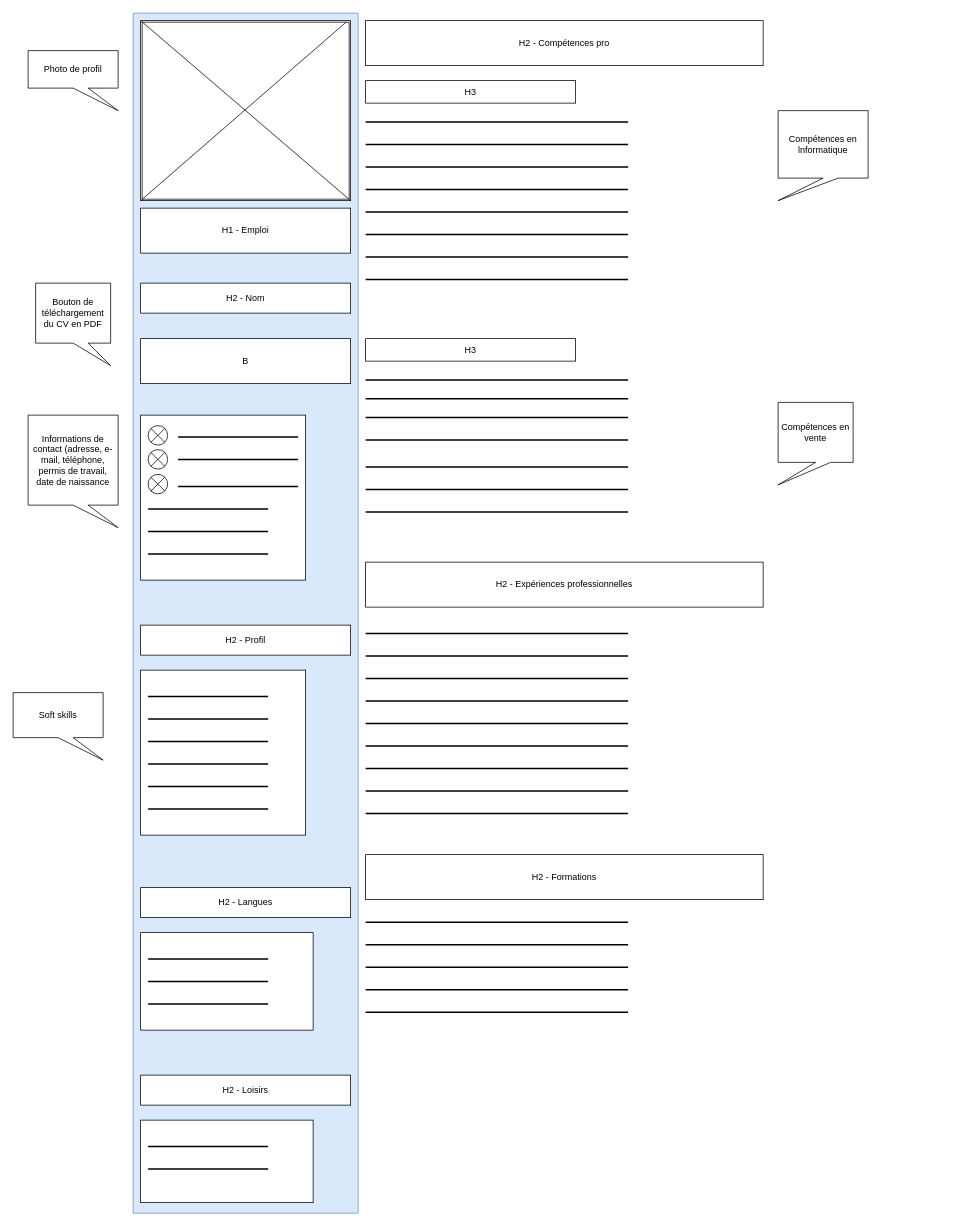
Earlier version of the draw.io diagram wireframe/cv.drawio (feliciencorbat/wireframe_cv_bootstrap). Source tidied: cells renumbered, new cells numbered last; positions are measured from the earlier drawing's top-left corner, leaving out a move shared by most shapes. Both pictures are drawn from the tidied source at 75%, with x=0, y=0 at pixel (13, 13).
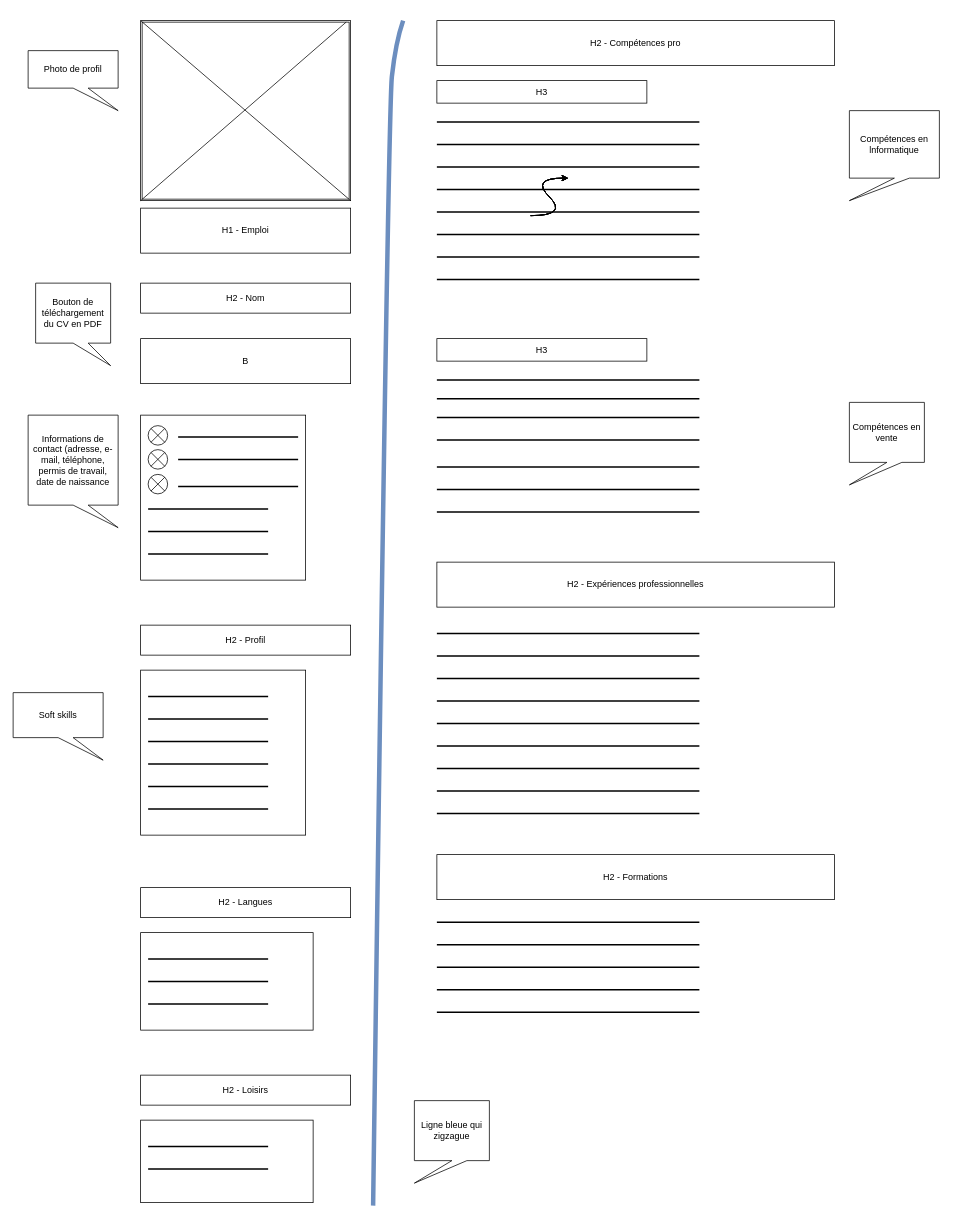
After the change.

Change to the diagram source:
```diff
@@
-    <mxCell id="2" style="rounded=0;whiteSpace=wrap;html=1;fillColor=#dae8fc;strokeColor=#6c8ebf;" parent="1" vertex="1">
+    <mxCell id="2" style="rounded=0;whiteSpace=wrap;html=1;fillColor=none;strokeColor=none;" parent="1" vertex="1">
       <mxGeometry x="160" width="300" height="1600" as="geometry" />
     </mxCell>
@@
     <mxCell id="9" value="H2 - Compétences pro" style="rounded=0;whiteSpace=wrap;html=1;" parent="1" vertex="1">
-      <mxGeometry x="470" y="10" width="530" height="60" as="geometry" />
+      <mxGeometry x="565" y="10" width="530" height="60" as="geometry" />
     </mxCell>
@@
     <mxCell id="14" value="H2 - Expériences professionnelles" style="rounded=0;whiteSpace=wrap;html=1;" parent="1" vertex="1">
-      <mxGeometry x="470" y="732" width="530" height="60" as="geometry" />
+      <mxGeometry x="565" y="732" width="530" height="60" as="geometry" />
     </mxCell>
     <mxCell id="15" value="H2 - Formations" style="rounded=0;whiteSpace=wrap;html=1;" parent="1" vertex="1">
-      <mxGeometry x="470" y="1122" width="530" height="60" as="geometry" />
+      <mxGeometry x="565" y="1122" width="530" height="60" as="geometry" />
     </mxCell>
@@
     <mxCell id="39" value="H3" style="rounded=0;whiteSpace=wrap;html=1;" parent="1" vertex="1">
-      <mxGeometry x="470" y="90" width="280" height="30" as="geometry" />
+      <mxGeometry x="565" y="90" width="280" height="30" as="geometry" />
     </mxCell>
     <mxCell id="40" value="H3" style="rounded=0;whiteSpace=wrap;html=1;" parent="1" vertex="1">
-      <mxGeometry x="470" y="434" width="280" height="30" as="geometry" />
+      <mxGeometry x="565" y="434" width="280" height="30" as="geometry" />
     </mxCell>
     <mxCell id="41" style="line;strokeWidth=2;html=1;" parent="1" vertex="1">
-      <mxGeometry x="470" y="170" width="350" height="10" as="geometry" />
+      <mxGeometry x="565" y="170" width="350" height="10" as="geometry" />
     </mxCell>
     <mxCell id="42" style="line;strokeWidth=2;html=1;" parent="1" vertex="1">
-      <mxGeometry x="470" y="140" width="350" height="10" as="geometry" />
+      <mxGeometry x="565" y="140" width="350" height="10" as="geometry" />
     </mxCell>
     <mxCell id="43" style="line;strokeWidth=2;html=1;" parent="1" vertex="1">
-      <mxGeometry x="470" y="200" width="350" height="10" as="geometry" />
+      <mxGeometry x="565" y="200" width="350" height="10" as="geometry" />
     </mxCell>
     <mxCell id="44" style="line;strokeWidth=2;html=1;" parent="1" vertex="1">
-      <mxGeometry x="470" y="230" width="350" height="10" as="geometry" />
+      <mxGeometry x="565" y="230" width="350" height="10" as="geometry" />
     </mxCell>
     <mxCell id="45" style="line;strokeWidth=2;html=1;" parent="1" vertex="1">
-      <mxGeometry x="470" y="260" width="350" height="10" as="geometry" />
+      <mxGeometry x="565" y="260" width="350" height="10" as="geometry" />
     </mxCell>
     <mxCell id="46" value="Compétences en lnformatique" style="shape=callout;whiteSpace=wrap;html=1;perimeter=calloutPerimeter;position2=0;" parent="1" vertex="1">
-      <mxGeometry x="1020" y="130" width="120" height="120" as="geometry" />
+      <mxGeometry x="1115" y="130" width="120" height="120" as="geometry" />
     </mxCell>
     <mxCell id="47" value="Compétences en vente" style="shape=callout;whiteSpace=wrap;html=1;perimeter=calloutPerimeter;position2=0;" parent="1" vertex="1">
-      <mxGeometry x="1020" y="519" width="100" height="110" as="geometry" />
+      <mxGeometry x="1115" y="519" width="100" height="110" as="geometry" />
     </mxCell>
     <mxCell id="48" style="line;strokeWidth=2;html=1;" parent="1" vertex="1">
-      <mxGeometry x="470" y="484" width="350" height="10" as="geometry" />
+      <mxGeometry x="565" y="484" width="350" height="10" as="geometry" />
     </mxCell>
     <mxCell id="49" style="line;strokeWidth=2;html=1;" parent="1" vertex="1">
-      <mxGeometry x="470" y="509" width="350" height="10" as="geometry" />
+      <mxGeometry x="565" y="509" width="350" height="10" as="geometry" />
     </mxCell>
     <mxCell id="50" style="line;strokeWidth=2;html=1;" parent="1" vertex="1">
-      <mxGeometry x="470" y="822" width="350" height="10" as="geometry" />
+      <mxGeometry x="565" y="822" width="350" height="10" as="geometry" />
     </mxCell>
     <mxCell id="51" style="line;strokeWidth=2;html=1;" parent="1" vertex="1">
-      <mxGeometry x="470" y="852" width="350" height="10" as="geometry" />
+      <mxGeometry x="565" y="852" width="350" height="10" as="geometry" />
     </mxCell>
     <mxCell id="52" style="line;strokeWidth=2;html=1;" parent="1" vertex="1">
-      <mxGeometry x="470" y="882" width="350" height="10" as="geometry" />
+      <mxGeometry x="565" y="882" width="350" height="10" as="geometry" />
     </mxCell>
     <mxCell id="53" style="line;strokeWidth=2;html=1;" parent="1" vertex="1">
-      <mxGeometry x="470" y="912" width="350" height="10" as="geometry" />
+      <mxGeometry x="565" y="912" width="350" height="10" as="geometry" />
     </mxCell>
     <mxCell id="54" style="line;strokeWidth=2;html=1;" parent="1" vertex="1">
-      <mxGeometry x="470" y="942" width="350" height="10" as="geometry" />
+      <mxGeometry x="565" y="942" width="350" height="10" as="geometry" />
     </mxCell>
     <mxCell id="55" style="line;strokeWidth=2;html=1;" parent="1" vertex="1">
-      <mxGeometry x="470" y="972" width="350" height="10" as="geometry" />
+      <mxGeometry x="565" y="972" width="350" height="10" as="geometry" />
     </mxCell>
     <mxCell id="56" style="line;strokeWidth=2;html=1;" parent="1" vertex="1">
-      <mxGeometry x="470" y="1002" width="350" height="10" as="geometry" />
+      <mxGeometry x="565" y="1002" width="350" height="10" as="geometry" />
     </mxCell>
     <mxCell id="57" style="line;strokeWidth=2;html=1;" parent="1" vertex="1">
-      <mxGeometry x="470" y="1032" width="350" height="10" as="geometry" />
+      <mxGeometry x="565" y="1032" width="350" height="10" as="geometry" />
     </mxCell>
     <mxCell id="58" style="line;strokeWidth=2;html=1;" parent="1" vertex="1">
-      <mxGeometry x="470" y="1062" width="350" height="10" as="geometry" />
+      <mxGeometry x="565" y="1062" width="350" height="10" as="geometry" />
     </mxCell>
     <mxCell id="59" style="line;strokeWidth=2;html=1;" parent="1" vertex="1">
-      <mxGeometry x="470" y="534" width="350" height="10" as="geometry" />
+      <mxGeometry x="565" y="534" width="350" height="10" as="geometry" />
     </mxCell>
     <mxCell id="60" style="line;strokeWidth=2;html=1;" parent="1" vertex="1">
-      <mxGeometry x="470" y="564" width="350" height="10" as="geometry" />
+      <mxGeometry x="565" y="564" width="350" height="10" as="geometry" />
     </mxCell>
     <mxCell id="61" style="line;strokeWidth=2;html=1;" parent="1" vertex="1">
-      <mxGeometry x="470" y="1207" width="350" height="10" as="geometry" />
+      <mxGeometry x="565" y="1207" width="350" height="10" as="geometry" />
     </mxCell>
     <mxCell id="62" style="line;strokeWidth=2;html=1;" parent="1" vertex="1">
-      <mxGeometry x="470" y="1237" width="350" height="10" as="geometry" />
+      <mxGeometry x="565" y="1237" width="350" height="10" as="geometry" />
     </mxCell>
     <mxCell id="63" style="line;strokeWidth=2;html=1;" parent="1" vertex="1">
-      <mxGeometry x="470" y="1267" width="350" height="10" as="geometry" />
+      <mxGeometry x="565" y="1267" width="350" height="10" as="geometry" />
     </mxCell>
     <mxCell id="64" style="line;strokeWidth=2;html=1;" parent="1" vertex="1">
-      <mxGeometry x="470" y="1297" width="350" height="10" as="geometry" />
+      <mxGeometry x="565" y="1297" width="350" height="10" as="geometry" />
     </mxCell>
     <mxCell id="65" style="line;strokeWidth=2;html=1;" parent="1" vertex="1">
-      <mxGeometry x="470" y="1327" width="350" height="10" as="geometry" />
+      <mxGeometry x="565" y="1327" width="350" height="10" as="geometry" />
     </mxCell>
     <mxCell id="66" style="line;strokeWidth=2;html=1;" parent="1" vertex="1">
-      <mxGeometry x="470" y="600" width="350" height="10" as="geometry" />
+      <mxGeometry x="565" y="600" width="350" height="10" as="geometry" />
     </mxCell>
     <mxCell id="67" style="line;strokeWidth=2;html=1;" parent="1" vertex="1">
-      <mxGeometry x="470" y="630" width="350" height="10" as="geometry" />
+      <mxGeometry x="565" y="630" width="350" height="10" as="geometry" />
     </mxCell>
     <mxCell id="68" style="line;strokeWidth=2;html=1;" parent="1" vertex="1">
-      <mxGeometry x="470" y="660" width="350" height="10" as="geometry" />
+      <mxGeometry x="565" y="660" width="350" height="10" as="geometry" />
     </mxCell>
     <mxCell id="69" style="line;strokeWidth=2;html=1;" parent="1" vertex="1">
-      <mxGeometry x="470" y="290" width="350" height="10" as="geometry" />
+      <mxGeometry x="565" y="290" width="350" height="10" as="geometry" />
     </mxCell>
     <mxCell id="70" style="line;strokeWidth=2;html=1;" parent="1" vertex="1">
-      <mxGeometry x="470" y="320" width="350" height="10" as="geometry" />
+      <mxGeometry x="565" y="320" width="350" height="10" as="geometry" />
     </mxCell>
     <mxCell id="71" style="line;strokeWidth=2;html=1;" parent="1" vertex="1">
-      <mxGeometry x="470" y="350" width="350" height="10" as="geometry" />
+      <mxGeometry x="565" y="350" width="350" height="10" as="geometry" />
     </mxCell>
@@
+    <mxCell id="77" style="curved=1;endArrow=classic;html=1;rounded=0;" parent="1" edge="1">
+      <mxGeometry relative="1" as="geometry">
+        <mxPoint x="690" y="270" as="sourcePoint" />
+        <mxPoint x="740" y="220" as="targetPoint" />
+        <Array as="points">
+          <mxPoint x="740" y="270" />
+          <mxPoint x="690" y="220" />
+        </Array>
+      </mxGeometry>
+    </mxCell>
+    <mxCell id="78" style="curved=1;endArrow=classic;html=1;rounded=0;" parent="1" edge="1">
+      <mxGeometry relative="1" as="geometry">
+        <mxPoint x="690" y="270" as="sourcePoint" />
+        <mxPoint x="740" y="220" as="targetPoint" />
+        <Array as="points">
+          <mxPoint x="740" y="270" />
+          <mxPoint x="690" y="220" />
+        </Array>
+      </mxGeometry>
+    </mxCell>
+    <mxCell id="79" style="curved=1;endArrow=classic;html=1;rounded=0;" parent="1" edge="1">
+      <mxGeometry relative="1" as="geometry">
+        <mxPoint x="690" y="270" as="sourcePoint" />
+        <mxPoint x="740" y="220" as="targetPoint" />
+        <Array as="points">
+          <mxPoint x="740" y="270" />
+          <mxPoint x="690" y="220" />
+        </Array>
+      </mxGeometry>
+    </mxCell>
+    <mxCell id="80" style="curved=1;endArrow=classic;html=1;rounded=0;" parent="1" edge="1">
+      <mxGeometry relative="1" as="geometry">
+        <mxPoint x="690" y="270" as="sourcePoint" />
+        <mxPoint x="740" y="220" as="targetPoint" />
+        <Array as="points">
+          <mxPoint x="740" y="270" />
+          <mxPoint x="690" y="220" />
+        </Array>
+      </mxGeometry>
+    </mxCell>
+    <mxCell id="81" style="curved=1;endArrow=classic;html=1;rounded=0;" parent="1" edge="1">
+      <mxGeometry relative="1" as="geometry">
+        <mxPoint x="690" y="270" as="sourcePoint" />
+        <mxPoint x="740" y="220" as="targetPoint" />
+        <Array as="points">
+          <mxPoint x="740" y="270" />
+          <mxPoint x="690" y="220" />
+        </Array>
+      </mxGeometry>
+    </mxCell>
+    <mxCell id="82" style="curved=1;endArrow=classic;html=1;rounded=0;" parent="1" edge="1">
+      <mxGeometry relative="1" as="geometry">
+        <mxPoint x="690" y="270" as="sourcePoint" />
+        <mxPoint x="740" y="220" as="targetPoint" />
+        <Array as="points">
+          <mxPoint x="740" y="270" />
+          <mxPoint x="690" y="220" />
+        </Array>
+      </mxGeometry>
+    </mxCell>
+    <mxCell id="83" style="curved=1;endArrow=classic;html=1;rounded=0;" parent="1" edge="1">
+      <mxGeometry relative="1" as="geometry">
+        <mxPoint x="690" y="270" as="sourcePoint" />
+        <mxPoint x="740" y="220" as="targetPoint" />
+        <Array as="points">
+          <mxPoint x="740" y="270" />
+          <mxPoint x="690" y="220" />
+        </Array>
+      </mxGeometry>
+    </mxCell>
+    <mxCell id="84" style="curved=1;endArrow=none;html=1;rounded=0;endFill=0;strokeWidth=6;fillColor=#dae8fc;strokeColor=#6c8ebf;" parent="1" edge="1">
+      <mxGeometry relative="1" as="geometry">
+        <mxPoint x="480" y="1590" as="sourcePoint" />
+        <mxPoint x="520" y="10" as="targetPoint" />
+        <Array as="points">
+          <mxPoint x="500" y="130" />
+          <mxPoint x="510" y="39" />
+        </Array>
+      </mxGeometry>
+    </mxCell>
+    <mxCell id="85" value="Ligne bleue qui zigzague" style="shape=callout;whiteSpace=wrap;html=1;perimeter=calloutPerimeter;position2=0;" parent="1" vertex="1">
+      <mxGeometry x="535" y="1450" width="100" height="110" as="geometry" />
+    </mxCell>
```
